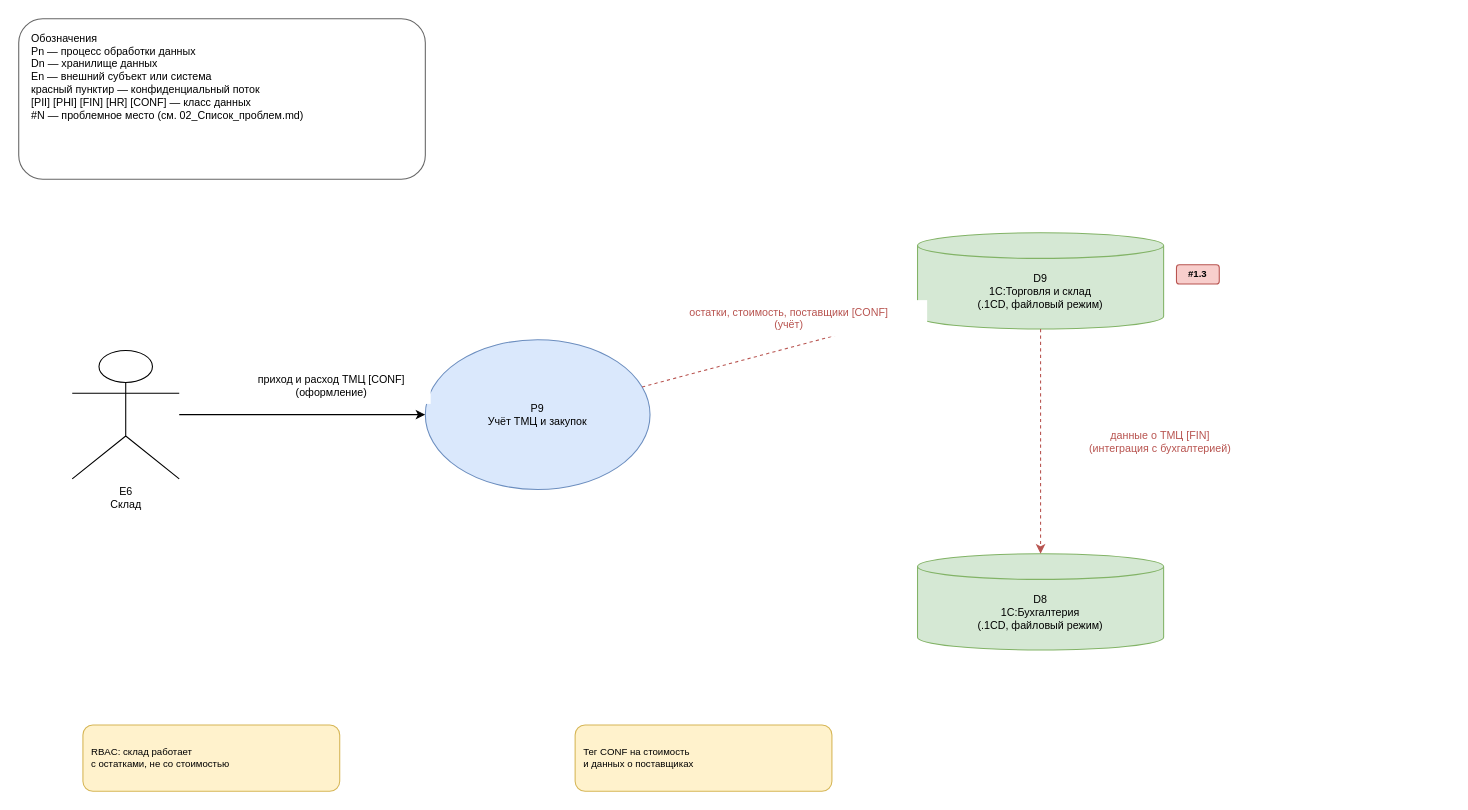
Above: Task1/DFD_TO-BE/DFD_7_Складской учёт_TO-BE.drawio in IlyaLivingstone/architecture-medikamente (draw.io), before the change. Source tidied: cells renumbered, new cells numbered last; positions are measured from the earlier drawing's top-left corner, leaving out a move shared by most shapes. Both pictures are drawn from the tidied source at 107%, with x=0, y=0 at pixel (18, 18).
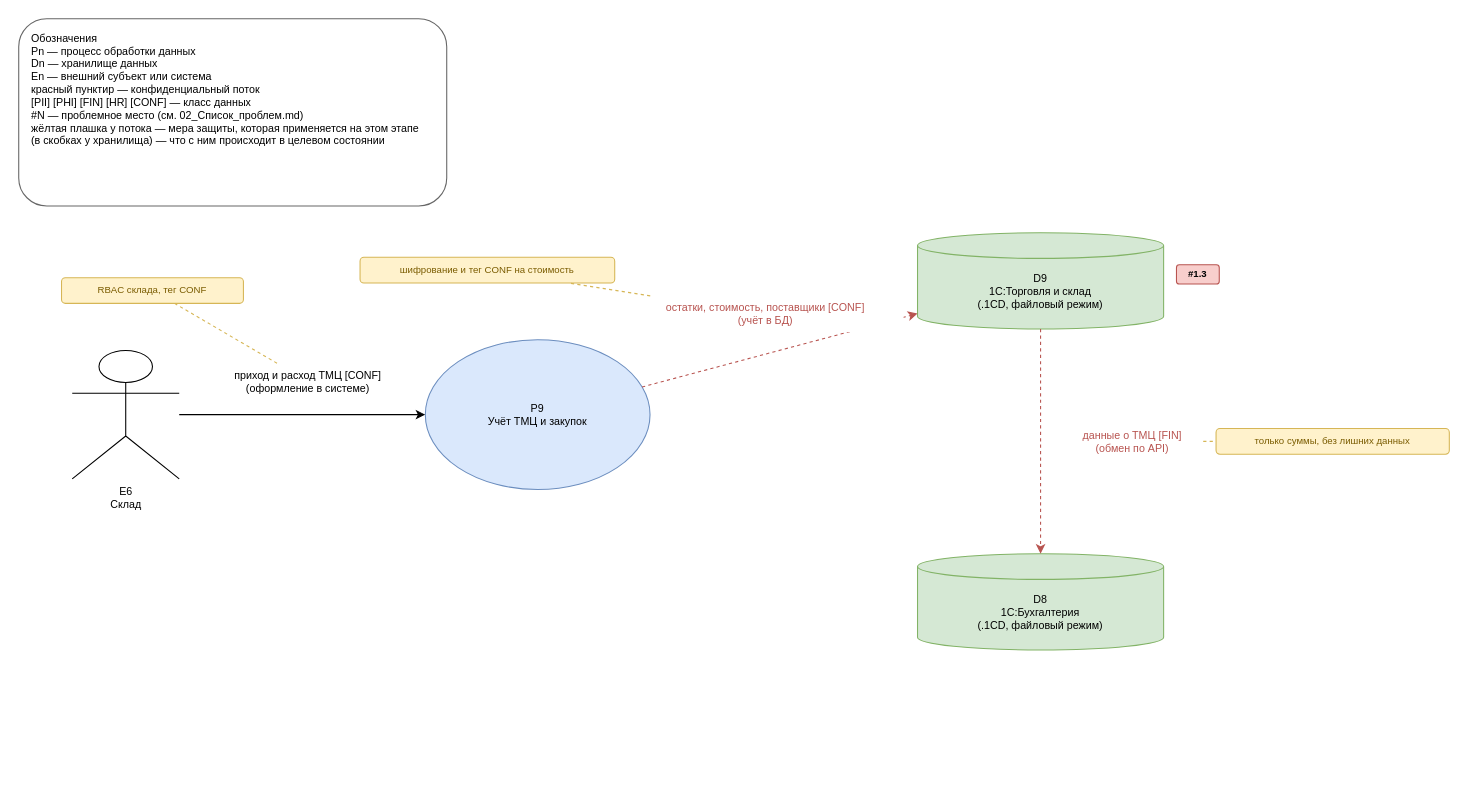
Above is the later version.

The edit, as a diff of the source:
```diff
@@
 <mxGraphModel>
   <root>
     <mxCell id="0" />
     <mxCell id="1" parent="0" />
     <mxCell id="2" value="E6&lt;br&gt;Склад" style="shape=umlActor;verticalLabelPosition=bottom;verticalAlign=top;html=1;outlineConnect=0;fontSize=10;" parent="1" vertex="1">
       <mxGeometry x="50" y="310" width="100" height="120" as="geometry" />
     </mxCell>
     <mxCell id="3" value="P9&lt;br&gt;Учёт ТМЦ и закупок" style="ellipse;whiteSpace=wrap;html=1;fillColor=#dae8fc;strokeColor=#6c8ebf;fontSize=10;" parent="1" vertex="1">
       <mxGeometry x="380" y="300" width="210" height="140" as="geometry" />
     </mxCell>
     <mxCell id="4" value="D9&lt;br&gt;1С:Торговля и склад&lt;br&gt;(.1CD, файловый режим)" style="shape=cylinder3;whiteSpace=wrap;html=1;boundedLbl=1;backgroundOutline=1;size=12;fillColor=#d5e8d4;strokeColor=#82b366;fontSize=10;" parent="1" vertex="1">
       <mxGeometry x="840" y="200" width="230" height="90" as="geometry" />
     </mxCell>
     <mxCell id="5" value="D8&lt;br&gt;1С:Бухгалтерия&lt;br&gt;(.1CD, файловый режим)" style="shape=cylinder3;whiteSpace=wrap;html=1;boundedLbl=1;backgroundOutline=1;size=12;fillColor=#d5e8d4;strokeColor=#82b366;fontSize=10;" parent="1" vertex="1">
       <mxGeometry x="840" y="500" width="230" height="90" as="geometry" />
     </mxCell>
     <mxCell id="6" style="html=1;endArrow=classic;rounded=0;" parent="1" edge="1" source="2" target="3">
       <mxGeometry relative="1" as="geometry" />
     </mxCell>
-    <mxCell id="7" value="приход и расход ТМЦ [CONF]&lt;br&gt;(оформление)" style="rounded=0;whiteSpace=wrap;html=1;align=center;verticalAlign=middle;fillColor=#ffffff;strokeColor=none;fontSize=10;" parent="1" vertex="1">
-      <mxGeometry x="200" y="326" width="185" height="34" as="geometry" />
+    <mxCell id="7" value="приход и расход ТМЦ [CONF]&lt;br&gt;(оформление в системе)" style="rounded=0;whiteSpace=wrap;html=1;align=center;verticalAlign=middle;fillColor=#ffffff;strokeColor=none;fontSize=10;" parent="1" vertex="1">
+      <mxGeometry x="178" y="322" width="185" height="34" as="geometry" />
     </mxCell>
+    <mxCell id="16" value="RBAC склада, тег CONF" style="rounded=1;whiteSpace=wrap;html=1;fontSize=9;fillColor=#fff2cc;strokeColor=#d6b656;fontColor=#7a5c00;align=center;verticalAlign=middle;spacingLeft=4;spacingRight=4;" parent="1" vertex="1">
+      <mxGeometry x="40" y="242" width="170" height="24" as="geometry" />
+    </mxCell>
+    <mxCell id="17" style="html=1;endArrow=none;rounded=0;dashed=1;strokeColor=#d6b656;strokeWidth=1;" parent="1" edge="1" source="7" target="16">
+      <mxGeometry relative="1" as="geometry" />
+    </mxCell>
     <mxCell id="8" style="html=1;endArrow=classic;rounded=0;strokeColor=#b85450;dashed=1;" parent="1" edge="1" source="3" target="4">
       <mxGeometry relative="1" as="geometry" />
     </mxCell>
-    <mxCell id="9" value="остатки, стоимость, поставщики [CONF]&lt;br&gt;(учёт)" style="rounded=0;whiteSpace=wrap;html=1;align=center;verticalAlign=middle;fillColor=#ffffff;strokeColor=none;fontSize=10;fontColor=#b85450;" parent="1" vertex="1">
-      <mxGeometry x="591" y="263" width="258" height="34" as="geometry" />
+    <mxCell id="9" value="остатки, стоимость, поставщики [CONF]&lt;br&gt;(учёт в БД)" style="rounded=0;whiteSpace=wrap;html=1;align=center;verticalAlign=middle;fillColor=#ffffff;strokeColor=none;fontSize=10;fontColor=#b85450;" parent="1" vertex="1">
+      <mxGeometry x="569" y="259" width="258" height="34" as="geometry" />
     </mxCell>
+    <mxCell id="18" value="шифрование и тег CONF на стоимость" style="rounded=1;whiteSpace=wrap;html=1;fontSize=9;fillColor=#fff2cc;strokeColor=#d6b656;fontColor=#7a5c00;align=center;verticalAlign=middle;spacingLeft=4;spacingRight=4;" parent="1" vertex="1">
+      <mxGeometry x="319" y="223" width="238" height="24" as="geometry" />
+    </mxCell>
+    <mxCell id="19" style="html=1;endArrow=none;rounded=0;dashed=1;strokeColor=#d6b656;strokeWidth=1;" parent="1" edge="1" source="9" target="18">
+      <mxGeometry relative="1" as="geometry" />
+    </mxCell>
     <mxCell id="10" style="html=1;endArrow=classic;rounded=0;strokeColor=#b85450;dashed=1;" parent="1" edge="1" source="4" target="5">
       <mxGeometry relative="1" as="geometry" />
     </mxCell>
-    <mxCell id="11" value="данные о ТМЦ [FIN]&lt;br&gt;(интеграция с бухгалтерией)" style="rounded=0;whiteSpace=wrap;html=1;align=center;verticalAlign=middle;fillColor=#ffffff;strokeColor=none;fontSize=10;fontColor=#b85450;" parent="1" vertex="1">
-      <mxGeometry x="971" y="378" width="192" height="34" as="geometry" />
+    <mxCell id="11" value="данные о ТМЦ [FIN]&lt;br&gt;(обмен по API)" style="rounded=0;whiteSpace=wrap;html=1;align=center;verticalAlign=middle;fillColor=#ffffff;strokeColor=none;fontSize=10;fontColor=#b85450;" parent="1" vertex="1">
+      <mxGeometry x="975" y="378" width="132" height="34" as="geometry" />
     </mxCell>
+    <mxCell id="20" value="только суммы, без лишних данных" style="rounded=1;whiteSpace=wrap;html=1;fontSize=9;fillColor=#fff2cc;strokeColor=#d6b656;fontColor=#7a5c00;align=center;verticalAlign=middle;spacingLeft=4;spacingRight=4;" parent="1" vertex="1">
+      <mxGeometry x="1119" y="383" width="218" height="24" as="geometry" />
+    </mxCell>
+    <mxCell id="21" style="html=1;endArrow=none;rounded=0;dashed=1;strokeColor=#d6b656;strokeWidth=1;" parent="1" edge="1" source="11" target="20">
+      <mxGeometry relative="1" as="geometry" />
+    </mxCell>
     <mxCell id="12" value="#1.3" style="rounded=1;whiteSpace=wrap;html=1;fontSize=9;fontStyle=1;fillColor=#f8cecc;strokeColor=#b85450;" parent="1" vertex="1">
       <mxGeometry x="1082" y="230" width="40" height="18" as="geometry" />
     </mxCell>
-    <mxCell id="13" value="RBAC: склад работает&lt;br&gt;с остатками, не со стоимостью" style="rounded=1;whiteSpace=wrap;html=1;fontSize=9;fillColor=#fff2cc;strokeColor=#d6b656;align=left;spacingLeft=6;" parent="1" vertex="1">
-      <mxGeometry x="60" y="660" width="240" height="62" as="geometry" />
-    </mxCell>
-    <mxCell id="14" value="Тег CONF на стоимость&lt;br&gt;и данных о поставщиках" style="rounded=1;whiteSpace=wrap;html=1;fontSize=9;fillColor=#fff2cc;strokeColor=#d6b656;align=left;spacingLeft=6;" parent="1" vertex="1">
-      <mxGeometry x="520" y="660" width="240" height="62" as="geometry" />
-    </mxCell>
-    <mxCell id="15" value="Обозначения&lt;br&gt;Pn — процесс обработки данных&lt;br&gt;Dn — хранилище данных&lt;br&gt;En — внешний субъект или система&lt;br&gt;красный пунктир — конфиденциальный поток&lt;br&gt;[PII] [PHI] [FIN] [HR] [CONF] — класс данных&lt;br&gt;#N — проблемное место (см. 02_Список_проблем.md)" style="rounded=1;whiteSpace=wrap;html=1;fontSize=10;fillColor=#ffffff;strokeColor=#666666;align=left;verticalAlign=top;spacingLeft=10;spacingTop=6;" parent="1" vertex="1">
-      <mxGeometry width="380" height="150" as="geometry" />
+    <mxCell id="15" value="Обозначения&lt;br&gt;Pn — процесс обработки данных&lt;br&gt;Dn — хранилище данных&lt;br&gt;En — внешний субъект или система&lt;br&gt;красный пунктир — конфиденциальный поток&lt;br&gt;[PII] [PHI] [FIN] [HR] [CONF] — класс данных&lt;br&gt;#N — проблемное место (см. 02_Список_проблем.md)&lt;br&gt;жёлтая плашка у потока — мера защиты, которая применяется на этом этапе&lt;br&gt;(в скобках у хранилища) — что с ним происходит в целевом состоянии" style="rounded=1;whiteSpace=wrap;html=1;fontSize=10;fillColor=#ffffff;strokeColor=#666666;align=left;verticalAlign=top;spacingLeft=10;spacingTop=6;" parent="1" vertex="1">
+      <mxGeometry width="400" height="175" as="geometry" />
     </mxCell>
   </root>
 </mxGraphModel>
```
